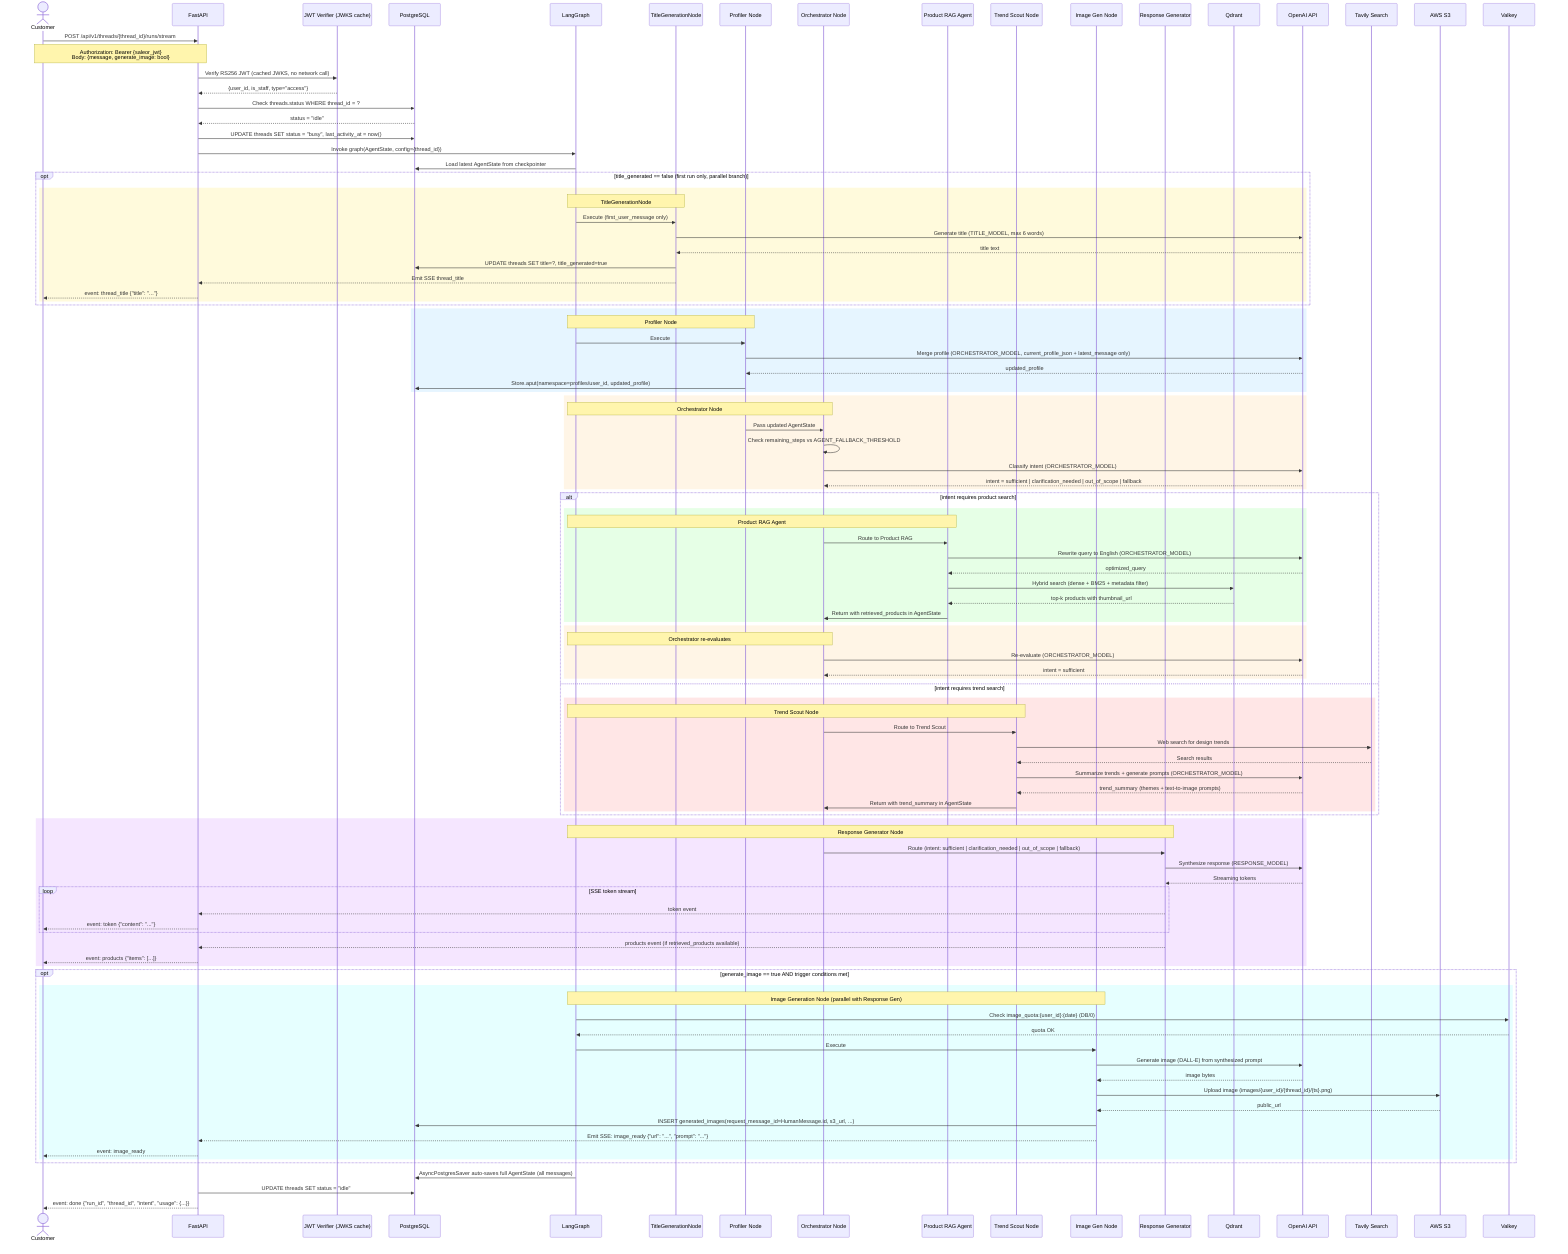
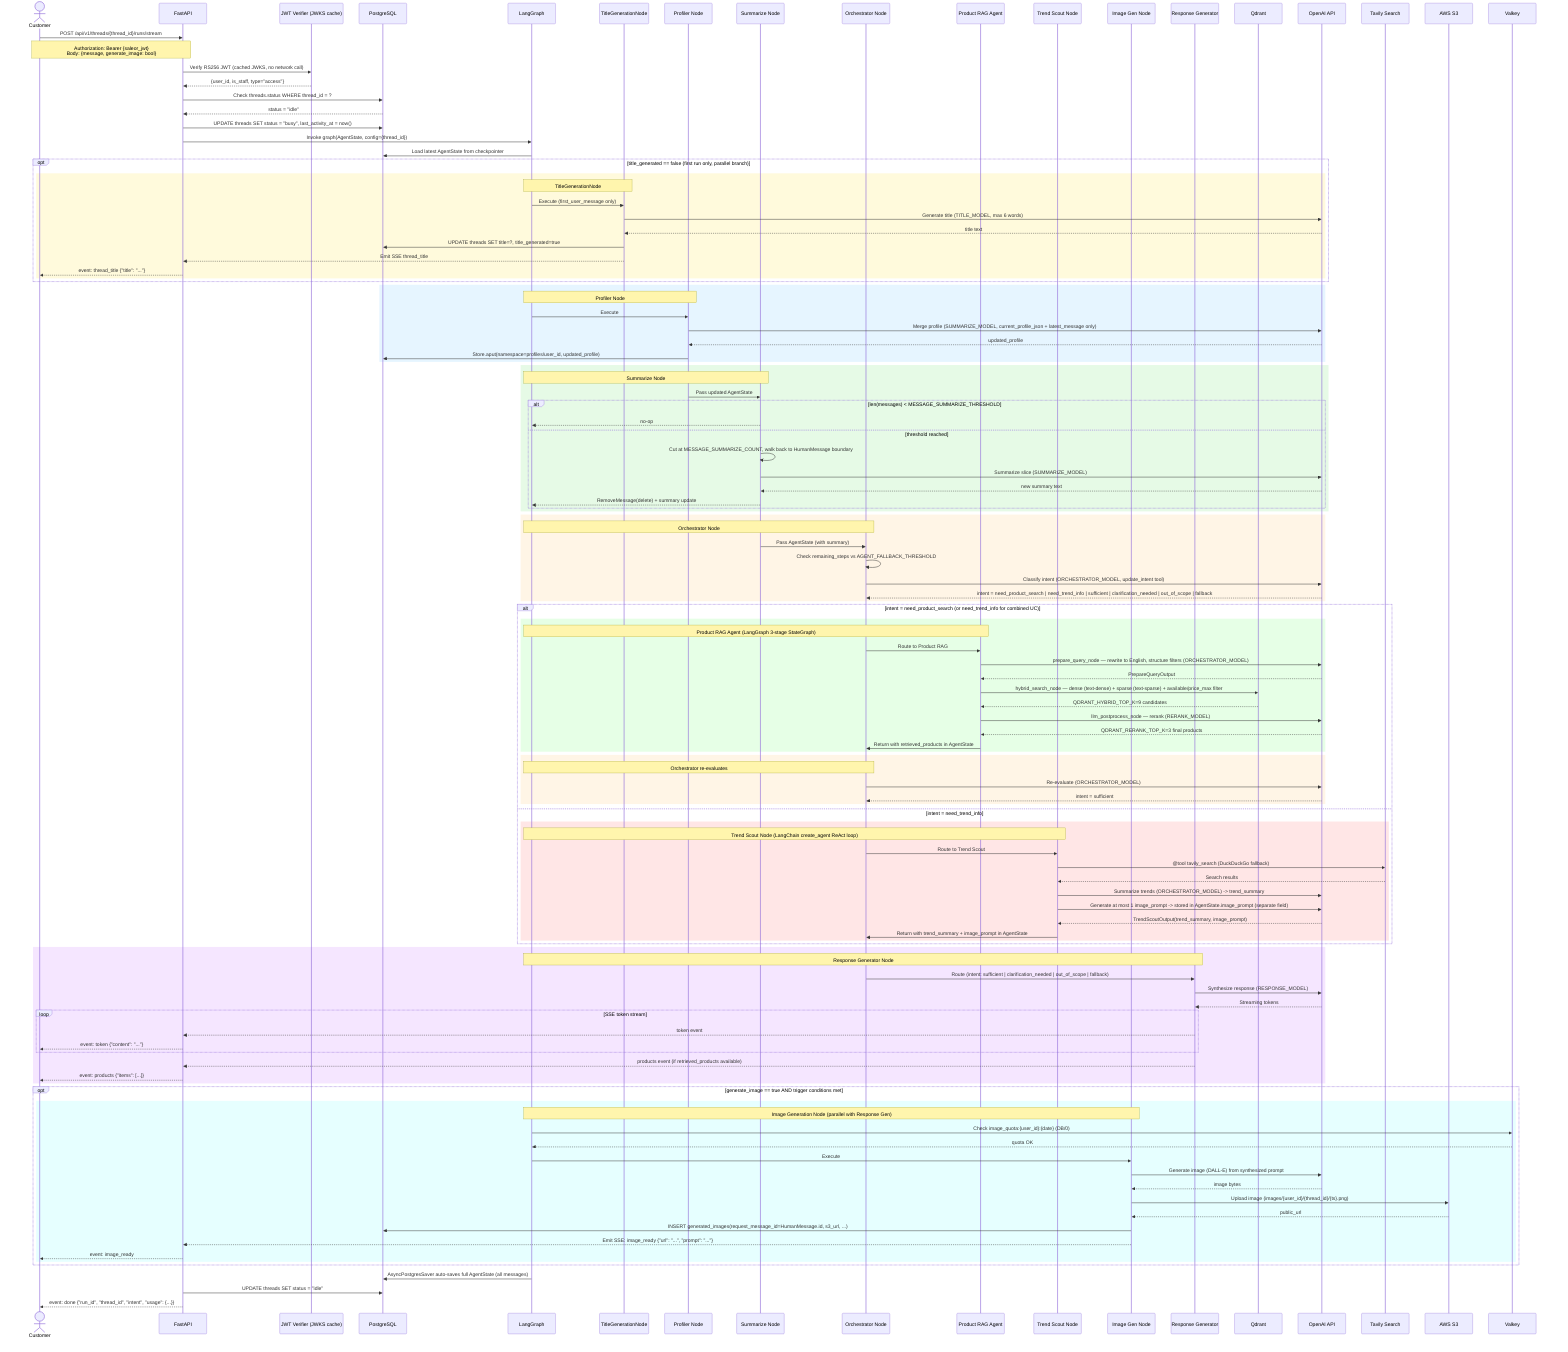
%% Customer Chat Interaction — Main Flow Sequence Diagram
%% Covers UC-001 (product recommendations), UC-002 (trend info), UC-003 (combined)
%% Includes: JWT auth, TitleGenerationNode (first run, parallel), Image Generation (parallel)
%% Reference: docs/analysis/01-USE-CASE-ANALYSIS.md

sequenceDiagram
    actor Customer
    participant API as FastAPI
    participant Auth as JWT Verifier (JWKS cache)
    participant PG as PostgreSQL
    participant LG as LangGraph
    participant TitleGen as TitleGenerationNode
    participant Profiler as Profiler Node
+     participant Summarize as Summarize Node
    participant Orch as Orchestrator Node
    participant RAG as Product RAG Agent
    participant Trend as Trend Scout Node
    participant ImgGen as Image Gen Node
    participant ResGen as Response Generator
    participant Qdrant as Qdrant
    participant OpenAI as OpenAI API
    participant Tavily as Tavily Search
    participant S3 as AWS S3
    participant Valkey as Valkey

    Customer->>API: POST /api/v1/threads/{thread_id}/runs/stream
    Note over Customer,API: Authorization: Bearer {saleor_jwt}<br/>Body: {message, generate_image: bool}

    API->>Auth: Verify RS256 JWT (cached JWKS, no network call)
    Auth-->>API: {user_id, is_staff, type="access"}

    API->>PG: Check threads.status WHERE thread_id = ?
    PG-->>API: status = "idle"
    API->>PG: UPDATE threads SET status = "busy", last_activity_at = now()

    API->>LG: Invoke graph(AgentState, config={thread_id})
    LG->>PG: Load latest AgentState from checkpointer

    opt title_generated == false (first run only, parallel branch)
        rect rgb(255, 250, 220)
            Note over LG, TitleGen: TitleGenerationNode
            LG->>TitleGen: Execute (first_user_message only)
            TitleGen->>OpenAI: Generate title (TITLE_MODEL, max 6 words)
            OpenAI-->>TitleGen: title text
            TitleGen->>PG: UPDATE threads SET title=?, title_generated=true
            TitleGen-->>API: Emit SSE thread_title
            API-->>Customer: event: thread_title {"title": "..."}
        end
    end

    rect rgb(230, 245, 255)
        Note over LG, Profiler: Profiler Node
        LG->>Profiler: Execute
-         Profiler->>OpenAI: Merge profile (ORCHESTRATOR_MODEL, current_profile_json + latest_message only)
+         Profiler->>OpenAI: Merge profile (SUMMARIZE_MODEL, current_profile_json + latest_message only)
        OpenAI-->>Profiler: updated_profile
        Profiler->>PG: Store.aput(namespace=profiles/user_id, updated_profile)
    end

+     rect rgb(230, 250, 230)
+         Note over LG, Summarize: Summarize Node
+         Profiler->>Summarize: Pass updated AgentState
+         alt len(messages) < MESSAGE_SUMMARIZE_THRESHOLD
+             Summarize-->>LG: no-op
+         else threshold reached
+             Summarize->>Summarize: Cut at MESSAGE_SUMMARIZE_COUNT, walk back to HumanMessage boundary
+             Summarize->>OpenAI: Summarize slice (SUMMARIZE_MODEL)
+             OpenAI-->>Summarize: new summary text
+             Summarize-->>LG: RemoveMessage(delete) + summary update
+         end
+     end
+ 
    rect rgb(255, 245, 230)
        Note over LG, Orch: Orchestrator Node
-         Profiler->>Orch: Pass updated AgentState
+         Summarize->>Orch: Pass AgentState (with summary)
        Orch->>Orch: Check remaining_steps vs AGENT_FALLBACK_THRESHOLD
-         Orch->>OpenAI: Classify intent (ORCHESTRATOR_MODEL)
-         OpenAI-->>Orch: intent = sufficient | clarification_needed | out_of_scope | fallback
+         Orch->>OpenAI: Classify intent (ORCHESTRATOR_MODEL, update_intent tool)
+         OpenAI-->>Orch: intent = need_product_search | need_trend_info | sufficient | clarification_needed | out_of_scope | fallback
    end

-     alt intent requires product search
+     alt intent = need_product_search (or need_trend_info for combined UC)
        rect rgb(230, 255, 230)
-             Note over LG, RAG: Product RAG Agent
+             Note over LG, RAG: Product RAG Agent (LangGraph 3-stage StateGraph)
            Orch->>RAG: Route to Product RAG
-             RAG->>OpenAI: Rewrite query to English (ORCHESTRATOR_MODEL)
-             OpenAI-->>RAG: optimized_query
-             RAG->>Qdrant: Hybrid search (dense + BM25 + metadata filter)
-             Qdrant-->>RAG: top-k products with thumbnail_url
+             RAG->>OpenAI: prepare_query_node — rewrite to English, structure filters (ORCHESTRATOR_MODEL)
+             OpenAI-->>RAG: PrepareQueryOutput
+             RAG->>Qdrant: hybrid_search_node — dense (text-dense) + sparse (text-sparse) + available/price_max filter
+             Qdrant-->>RAG: QDRANT_HYBRID_TOP_K=9 candidates
+             RAG->>OpenAI: llm_postprocess_node — rerank (RERANK_MODEL)
+             OpenAI-->>RAG: QDRANT_RERANK_TOP_K=3 final products
            RAG->>Orch: Return with retrieved_products in AgentState
        end
        rect rgb(255, 245, 230)
            Note over LG, Orch: Orchestrator re-evaluates
            Orch->>OpenAI: Re-evaluate (ORCHESTRATOR_MODEL)
            OpenAI-->>Orch: intent = sufficient
        end
-     else intent requires trend search
+     else intent = need_trend_info
        rect rgb(255, 230, 230)
-             Note over LG, Trend: Trend Scout Node
+             Note over LG, Trend: Trend Scout Node (LangChain create_agent ReAct loop)
            Orch->>Trend: Route to Trend Scout
-             Trend->>Tavily: Web search for design trends
+             Trend->>Tavily: @tool tavily_search (DuckDuckGo fallback)
            Tavily-->>Trend: Search results
-             Trend->>OpenAI: Summarize trends + generate prompts (ORCHESTRATOR_MODEL)
-             OpenAI-->>Trend: trend_summary (themes + text-to-image prompts)
-             Trend->>Orch: Return with trend_summary in AgentState
+             Trend->>OpenAI: Summarize trends (ORCHESTRATOR_MODEL) -> trend_summary
+             Trend->>OpenAI: Generate at most 1 image_prompt -> stored in AgentState.image_prompt (separate field)
+             OpenAI-->>Trend: TrendScoutOutput(trend_summary, image_prompt)
+             Trend->>Orch: Return with trend_summary + image_prompt in AgentState
        end
    end

    rect rgb(245, 230, 255)
        Note over LG, ResGen: Response Generator Node
        Orch->>ResGen: Route (intent: sufficient | clarification_needed | out_of_scope | fallback)
        ResGen->>OpenAI: Synthesize response (RESPONSE_MODEL)
        OpenAI-->>ResGen: Streaming tokens
        loop SSE token stream
            ResGen-->>API: token event
            API-->>Customer: event: token {"content": "..."}
        end
        ResGen-->>API: products event (if retrieved_products available)
        API-->>Customer: event: products {"items": [...]}
    end

    opt generate_image == true AND trigger conditions met
        rect rgb(230, 255, 255)
            Note over LG, ImgGen: Image Generation Node (parallel with Response Gen)
            LG->>Valkey: Check image_quota:{user_id}:{date} (DB/0)
            Valkey-->>LG: quota OK
            LG->>ImgGen: Execute
            ImgGen->>OpenAI: Generate image (DALL-E) from synthesized prompt
            OpenAI-->>ImgGen: image bytes
            ImgGen->>S3: Upload image (images/{user_id}/{thread_id}/{ts}.png)
            S3-->>ImgGen: public_url
            ImgGen->>PG: INSERT generated_images(request_message_id=HumanMessage.id, s3_url, ...)
            ImgGen-->>API: Emit SSE: image_ready {"url": "...", "prompt": "..."}
            API-->>Customer: event: image_ready
        end
    end

    LG->>PG: AsyncPostgresSaver auto-saves full AgentState (all messages)
    API->>PG: UPDATE threads SET status = "idle"

    API-->>Customer: event: done {"run_id", "thread_id", "intent", "usage": {...}}
